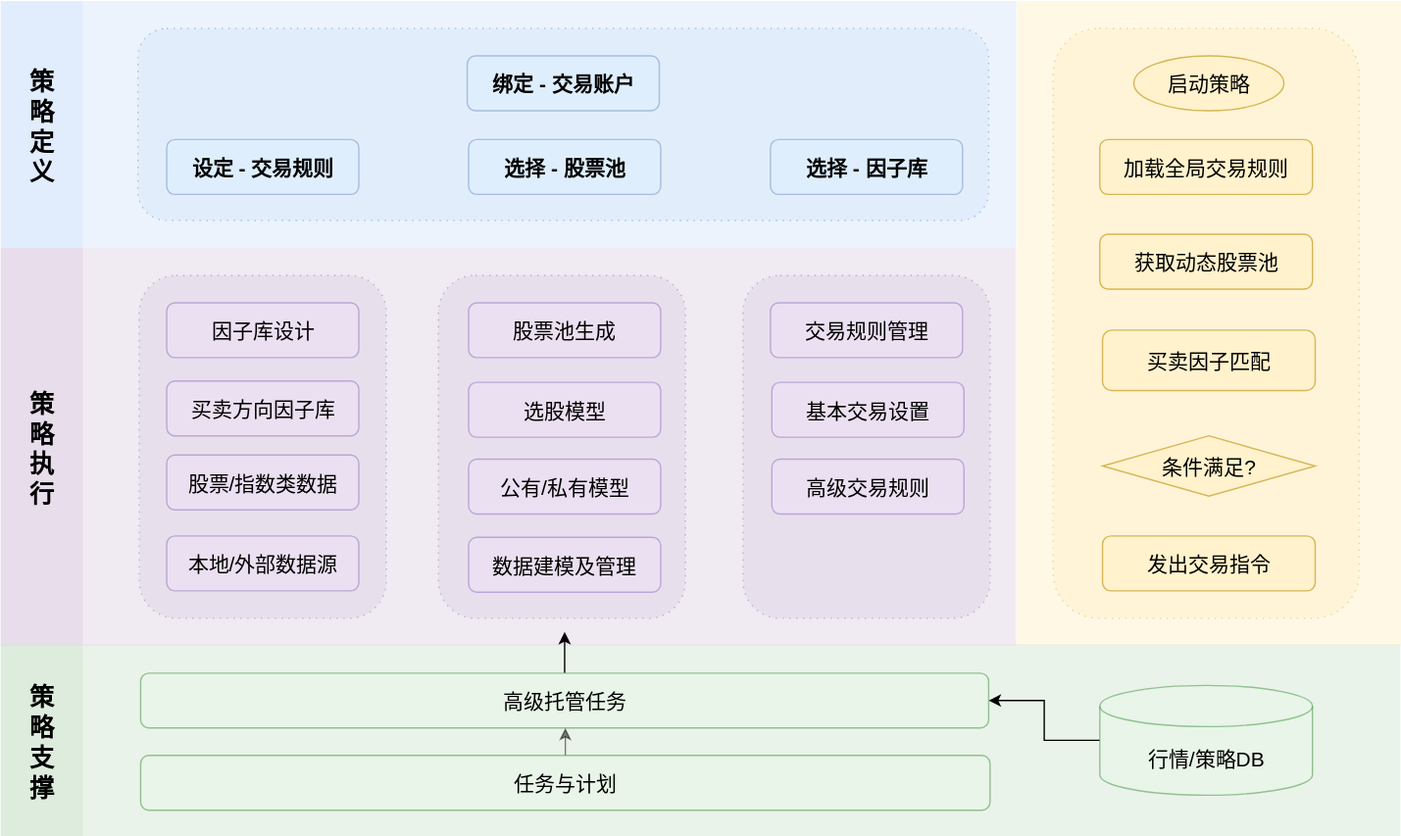
Earlier version of the draw.io export images/arch_diagram.svg (huabolu/tradestack). Source tidied: cells renumbered, new cells last; positions are measured from the earlier drawing's top-left corner, leaving out a move shared by most shapes.
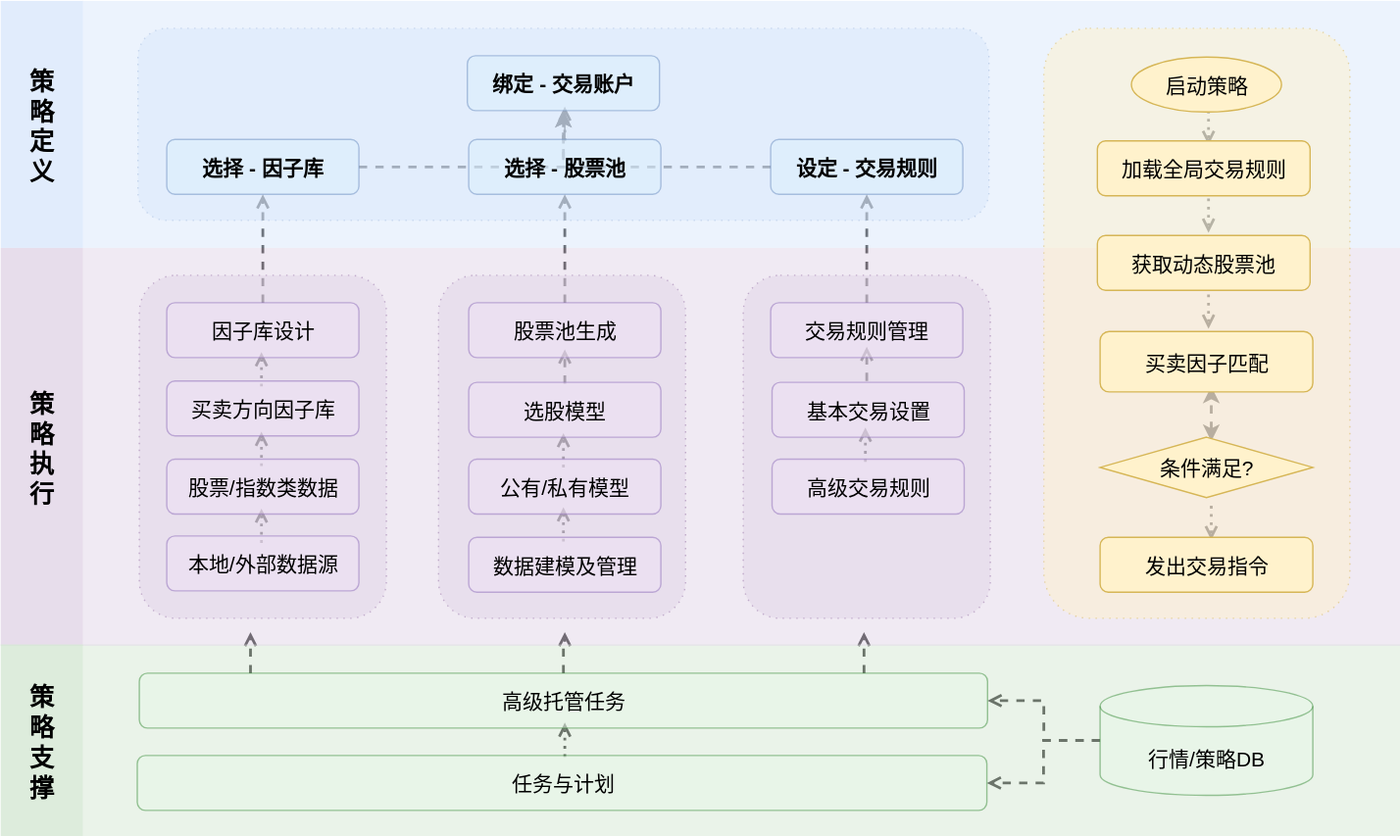
Above is the later version.

Change to the diagram source:
```diff
@@ -2,21 +2,155 @@
   <root>
     <mxCell id="0" />
     <mxCell id="1" parent="0" />
-    <mxCell id="2" style="rounded=0;whiteSpace=wrap;html=1;fillColor=#fff2cc;strokeColor=none;opacity=50;" parent="1" vertex="1">
-      <mxGeometry x="740.5" width="280" height="470" as="geometry" />
-    </mxCell>
+    <mxCell id="41" style="endArrow=open;html=1;rounded=1;strokeWidth=2;curved=0;dashed=1;dashPattern=1 2;flowAnimation=0;endFill=0;" parent="1" edge="1">
+      <mxGeometry relative="1" as="geometry">
+        <mxPoint x="880" y="80" as="sourcePoint" />
+        <mxPoint x="880" y="105" as="targetPoint" />
+      </mxGeometry>
+    </mxCell>
+    <mxCell id="42" style="endArrow=open;html=1;rounded=1;strokeWidth=2;curved=0;dashed=1;dashPattern=1 2;flowAnimation=0;endFill=0;" parent="1" edge="1">
+      <mxGeometry relative="1" as="geometry">
+        <mxPoint x="880" y="144" as="sourcePoint" />
+        <mxPoint x="880" y="169" as="targetPoint" />
+      </mxGeometry>
+    </mxCell>
+    <mxCell id="43" style="endArrow=open;html=1;rounded=1;strokeWidth=2;curved=0;dashed=1;dashPattern=1 2;flowAnimation=0;endFill=0;" parent="1" edge="1">
+      <mxGeometry relative="1" as="geometry">
+        <mxPoint x="880" y="214" as="sourcePoint" />
+        <mxPoint x="880" y="239" as="targetPoint" />
+      </mxGeometry>
+    </mxCell>
+    <mxCell id="44" style="endArrow=open;html=1;rounded=1;strokeWidth=2;curved=0;dashed=1;dashPattern=1 2;flowAnimation=0;endFill=0;" parent="1" edge="1">
+      <mxGeometry relative="1" as="geometry">
+        <mxPoint x="882" y="368" as="sourcePoint" />
+        <mxPoint x="882" y="393" as="targetPoint" />
+      </mxGeometry>
+    </mxCell>
+    <mxCell id="45" style="endArrow=classic;startArrow=classic;html=1;rounded=0;dashed=1;strokeWidth=2;" parent="1" edge="1">
+      <mxGeometry relative="1" as="geometry">
+        <mxPoint x="882" y="321" as="sourcePoint" />
+        <mxPoint x="882" y="281" as="targetPoint" />
+      </mxGeometry>
+    </mxCell>
+    <mxCell id="46" style="endArrow=open;html=1;rounded=1;strokeWidth=2;curved=0;dashed=1;dashPattern=1 2;flowAnimation=0;endFill=0;" parent="1" edge="1">
+      <mxGeometry relative="1" as="geometry">
+        <mxPoint x="411" y="102" as="sourcePoint" />
+        <mxPoint x="411" y="77" as="targetPoint" />
+      </mxGeometry>
+    </mxCell>
+    <mxCell id="47" style="edgeStyle=orthogonalEdgeStyle;rounded=0;jettySize=auto;html=1;" parent="1" edge="1" source="17" target="35">
+      <mxGeometry relative="1" as="geometry" />
+    </mxCell>
+    <mxCell id="48" style="edgeStyle=orthogonalEdgeStyle;rounded=0;jettySize=auto;html=1;dashed=1;endArrow=open;endFill=0;strokeWidth=2;" parent="1" edge="1" source="19" target="16">
+      <mxGeometry relative="1" as="geometry" />
+    </mxCell>
+    <mxCell id="49" style="edgeStyle=orthogonalEdgeStyle;rounded=0;jettySize=auto;html=1;dashed=1;endArrow=open;endFill=0;strokeWidth=2;" parent="1" edge="1" source="21" target="17">
+      <mxGeometry relative="1" as="geometry" />
+    </mxCell>
+    <mxCell id="50" style="edgeStyle=orthogonalEdgeStyle;rounded=0;jettySize=auto;html=1;dashed=1;endArrow=open;endFill=0;strokeWidth=2;" parent="1" edge="1" source="20" target="18">
+      <mxGeometry relative="1" as="geometry" />
+    </mxCell>
+    <mxCell id="51" style="edgeStyle=orthogonalEdgeStyle;rounded=0;orthogonalLoop=1;jettySize=auto;html=1;entryX=0.5;entryY=1;entryDx=0;entryDy=0;strokeWidth=2;dashed=1;" parent="1" edge="1">
+      <mxGeometry relative="1" as="geometry">
+        <mxPoint x="261" y="121" as="sourcePoint" />
+        <mxPoint x="410" y="80" as="targetPoint" />
+      </mxGeometry>
+    </mxCell>
+    <mxCell id="52" style="edgeStyle=orthogonalEdgeStyle;rounded=0;jettySize=auto;html=1;entryX=0.5;entryY=1;entryDx=0;entryDy=0;strokeWidth=2;dashed=1;" parent="1" edge="1" source="16" target="35">
+      <mxGeometry relative="1" as="geometry" />
+    </mxCell>
+    <mxCell id="10" style="rounded=1;fillColor=#dae8fc;strokeColor=#6c8ebf;fontSize=16;fontStyle=1;align=center;verticalAlign=middle;opacity=50;dashed=1;dashPattern=1 4;" parent="1" vertex="1">
+      <mxGeometry x="100" y="20" width="620" height="140" as="geometry" />
+    </mxCell>
+    <mxCell id="5" style="rounded=0;fillColor=#dae8fc;strokeColor=none;fontSize=16;fontStyle=1;align=center;verticalAlign=middle;opacity=50;" parent="1" vertex="1">
+      <mxGeometry x="60" width="960" height="180" as="geometry" />
+    </mxCell>
+    <mxCell id="36" style="edgeStyle=orthogonalEdgeStyle;rounded=0;jettySize=auto;html=1;dashed=1;strokeWidth=2;endArrow=open;endFill=0;" parent="1" edge="1" source="37" target="39">
+      <mxGeometry relative="1" as="geometry" />
+    </mxCell>
+    <mxCell id="53" style="edgeStyle=orthogonalEdgeStyle;rounded=0;jettySize=auto;html=1;dashed=1;strokeWidth=2;endArrow=open;endFill=0;" parent="1" edge="1" source="37" target="15">
+      <mxGeometry relative="1" as="geometry" />
+    </mxCell>
+    <mxCell id="54" style="endArrow=open;html=1;rounded=1;strokeWidth=2;curved=0;dashed=1;dashPattern=1 2;flowAnimation=0;endFill=0;" parent="1" edge="1">
+      <mxGeometry relative="1" as="geometry">
+        <mxPoint x="411" y="551" as="sourcePoint" />
+        <mxPoint x="411" y="526" as="targetPoint" />
+      </mxGeometry>
+    </mxCell>
+    <mxCell id="38" style="edgeStyle=orthogonalEdgeStyle;rounded=0;jettySize=auto;html=1;dashed=1;endArrow=open;endFill=0;strokeWidth=2;" parent="1" edge="1" source="39">
+      <mxGeometry relative="1" as="geometry">
+        <mxPoint x="411" y="460" as="targetPoint" />
+      </mxGeometry>
+    </mxCell>
+    <mxCell id="55" style="edgeStyle=orthogonalEdgeStyle;rounded=0;orthogonalLoop=1;jettySize=auto;html=1;dashed=1;endArrow=open;endFill=0;strokeWidth=2;" parent="1" edge="1">
+      <mxGeometry relative="1" as="geometry">
+        <mxPoint x="629" y="490" as="sourcePoint" />
+        <mxPoint x="629" y="460" as="targetPoint" />
+      </mxGeometry>
+    </mxCell>
+    <mxCell id="56" style="edgeStyle=orthogonalEdgeStyle;rounded=0;orthogonalLoop=1;jettySize=auto;html=1;dashed=1;endArrow=open;endFill=0;strokeWidth=2;" parent="1" edge="1">
+      <mxGeometry relative="1" as="geometry">
+        <mxPoint x="182" y="490" as="sourcePoint" />
+        <mxPoint x="182" y="460" as="targetPoint" />
+      </mxGeometry>
+    </mxCell>
+    <mxCell id="4" style="rounded=0;fillColor=#d5e8d4;strokeColor=none;fontSize=16;fontStyle=1;align=center;verticalAlign=middle;opacity=50;" parent="1" vertex="1">
+      <mxGeometry x="60" y="469" width="960" height="140" as="geometry" />
+    </mxCell>
+    <mxCell id="57" style="endArrow=open;html=1;rounded=1;strokeWidth=2;curved=0;dashed=1;flowAnimation=0;endFill=0;" parent="1" edge="1">
+      <mxGeometry relative="1" as="geometry">
+        <mxPoint x="631" y="277" as="sourcePoint" />
+        <mxPoint x="631" y="252" as="targetPoint" />
+      </mxGeometry>
+    </mxCell>
+    <mxCell id="58" style="endArrow=open;html=1;rounded=1;strokeWidth=2;curved=0;dashed=1;dashPattern=1 2;flowAnimation=0;endFill=0;" parent="1" edge="1">
+      <mxGeometry relative="1" as="geometry">
+        <mxPoint x="630" y="336" as="sourcePoint" />
+        <mxPoint x="630" y="311" as="targetPoint" />
+      </mxGeometry>
+    </mxCell>
+    <mxCell id="59" style="endArrow=open;html=1;rounded=1;strokeWidth=2;curved=0;dashed=1;flowAnimation=0;endFill=0;" parent="1" edge="1">
+      <mxGeometry relative="1" as="geometry">
+        <mxPoint x="411" y="279" as="sourcePoint" />
+        <mxPoint x="411" y="254" as="targetPoint" />
+      </mxGeometry>
+    </mxCell>
+    <mxCell id="60" style="endArrow=open;html=1;rounded=1;strokeWidth=2;curved=0;dashed=1;dashPattern=1 2;flowAnimation=0;endFill=0;" parent="1" edge="1">
+      <mxGeometry relative="1" as="geometry">
+        <mxPoint x="410" y="340" as="sourcePoint" />
+        <mxPoint x="410" y="315" as="targetPoint" />
+      </mxGeometry>
+    </mxCell>
+    <mxCell id="61" style="endArrow=open;html=1;rounded=1;strokeWidth=2;curved=0;dashed=1;dashPattern=1 2;flowAnimation=0;endFill=0;" parent="1" edge="1">
+      <mxGeometry relative="1" as="geometry">
+        <mxPoint x="410" y="394" as="sourcePoint" />
+        <mxPoint x="410" y="369" as="targetPoint" />
+      </mxGeometry>
+    </mxCell>
+    <mxCell id="62" style="endArrow=open;html=1;rounded=1;strokeWidth=2;curved=0;dashed=1;dashPattern=1 2;flowAnimation=0;endFill=0;" parent="1" edge="1">
+      <mxGeometry relative="1" as="geometry">
+        <mxPoint x="190" y="281" as="sourcePoint" />
+        <mxPoint x="190" y="256" as="targetPoint" />
+      </mxGeometry>
+    </mxCell>
+    <mxCell id="63" style="endArrow=open;html=1;rounded=1;strokeWidth=2;curved=0;dashed=1;dashPattern=1 2;flowAnimation=0;endFill=0;" parent="1" edge="1">
+      <mxGeometry relative="1" as="geometry">
+        <mxPoint x="190" y="339" as="sourcePoint" />
+        <mxPoint x="190" y="314" as="targetPoint" />
+      </mxGeometry>
+    </mxCell>
+    <mxCell id="64" style="endArrow=open;html=1;rounded=1;strokeWidth=2;curved=0;dashed=1;dashPattern=1 2;flowAnimation=0;endFill=0;" parent="1" edge="1">
+      <mxGeometry relative="1" as="geometry">
+        <mxPoint x="190" y="395" as="sourcePoint" />
+        <mxPoint x="190" y="370" as="targetPoint" />
+      </mxGeometry>
+    </mxCell>
+    <mxCell id="6" style="rounded=0;fillColor=#e1d5e7;strokeColor=none;fontSize=16;fontStyle=1;align=center;verticalAlign=middle;opacity=50;" parent="1" vertex="1">
+      <mxGeometry x="60" y="180" width="960" height="290" as="geometry" />
+    </mxCell>
     <mxCell id="3" style="rounded=1;whiteSpace=wrap;html=1;fillColor=#fff2cc;strokeColor=#D6B656;dashed=1;dashPattern=1 4;opacity=50;" parent="1" vertex="1">
-      <mxGeometry x="767" y="20" width="223" height="430" as="geometry" />
+      <mxGeometry x="760" y="20" width="223" height="430" as="geometry" />
     </mxCell>
-    <mxCell id="4" style="rounded=0;fillColor=#d5e8d4;strokeColor=none;fontSize=16;fontStyle=1;align=center;verticalAlign=middle;opacity=50;" parent="1" vertex="1">
-      <mxGeometry x="60" y="469" width="960" height="140" as="geometry" />
-    </mxCell>
-    <mxCell id="5" style="rounded=0;fillColor=#dae8fc;strokeColor=none;fontSize=16;fontStyle=1;align=center;verticalAlign=middle;opacity=50;" parent="1" vertex="1">
-      <mxGeometry x="60" width="680" height="180" as="geometry" />
-    </mxCell>
-    <mxCell id="6" style="rounded=0;fillColor=#e1d5e7;strokeColor=none;fontSize=16;fontStyle=1;align=center;verticalAlign=middle;opacity=50;" parent="1" vertex="1">
-      <mxGeometry x="60" y="180" width="680" height="290" as="geometry" />
-    </mxCell>
     <mxCell id="7" style="rounded=1;fillColor=#e1d5e7;strokeColor=#9673a6;fontSize=16;fontStyle=1;align=center;verticalAlign=middle;opacity=50;dashed=1;dashPattern=1 4;" parent="1" vertex="1">
       <mxGeometry x="541" y="200" width="180" height="250" as="geometry" />
     </mxCell>
@@ -26,9 +160,6 @@
     <mxCell id="9" style="rounded=1;fillColor=#e1d5e7;strokeColor=#9673a6;fontSize=16;fontStyle=1;align=center;verticalAlign=middle;opacity=50;dashed=1;dashPattern=1 4;" parent="1" vertex="1">
       <mxGeometry x="101" y="200" width="180" height="250" as="geometry" />
     </mxCell>
-    <mxCell id="10" style="rounded=1;fillColor=#dae8fc;strokeColor=#6c8ebf;fontSize=16;fontStyle=1;align=center;verticalAlign=middle;opacity=50;dashed=1;dashPattern=1 4;" parent="1" vertex="1">
-      <mxGeometry x="100" y="20" width="620" height="140" as="geometry" />
-    </mxCell>
     <mxCell id="11" value="策&#10;略&#10;执&#10;行" style="rounded=0;fillColor=#e1d5e7;strokeColor=none;fontSize=18;fontStyle=1;align=center;verticalAlign=middle;opacity=80;" parent="1" vertex="1">
       <mxGeometry y="180" width="60" height="290" as="geometry" />
     </mxCell>
@@ -38,19 +169,16 @@
     <mxCell id="13" value="策&#10;略&#10;定&#10;义" style="rounded=0;fillColor=#dae8fc;strokeColor=none;fontSize=18;fontStyle=1;align=center;verticalAlign=middle;opacity=80;" parent="1" vertex="1">
       <mxGeometry width="60" height="180" as="geometry" />
     </mxCell>
-    <mxCell id="14" style="edgeStyle=orthogonalEdgeStyle;rounded=0;jettySize=auto;html=1;opacity=50;" parent="1" edge="1" source="15" target="39">
-      <mxGeometry relative="1" as="geometry" />
-    </mxCell>
     <mxCell id="15" value="&lt;font style=&quot;font-size: 15px;&quot;&gt;任务与计划&lt;/font&gt;" style="rounded=1;whiteSpace=wrap;html=1;fillColor=#e8f8e8;strokeColor=#3c8d3c;fontSize=11;opacity=50;" parent="1" vertex="1">
-      <mxGeometry x="102" y="550" width="619" height="40" as="geometry" />
+      <mxGeometry x="99.5" y="550" width="619" height="40" as="geometry" />
     </mxCell>
-    <mxCell id="16" value="&lt;font style=&quot;font-size: 15px;&quot;&gt;选择 - 因子库&lt;/font&gt;" style="rounded=1;whiteSpace=wrap;html=1;fillColor=#dbeffd;strokeColor=#6c8ebf;fontSize=12;fontStyle=1;opacity=50;" parent="1" vertex="1">
+    <mxCell id="16" value="&lt;span style=&quot;font-size: 15px;&quot;&gt;设定 - 交易规则&lt;/span&gt;" style="rounded=1;whiteSpace=wrap;html=1;fillColor=#dbeffd;strokeColor=#6c8ebf;fontSize=12;fontStyle=1;opacity=50;" parent="1" vertex="1">
       <mxGeometry x="561" y="101" width="140" height="40" as="geometry" />
     </mxCell>
     <mxCell id="17" value="&lt;font style=&quot;font-size: 15px;&quot;&gt;选择 - 股票池&lt;/font&gt;" style="rounded=1;whiteSpace=wrap;html=1;fillColor=#dbeffd;strokeColor=#6c8ebf;fontSize=12;fontStyle=1;opacity=50;" parent="1" vertex="1">
       <mxGeometry x="341" y="101" width="140" height="40" as="geometry" />
     </mxCell>
-    <mxCell id="18" value="&lt;font style=&quot;font-size: 15px;&quot;&gt;设定 - 交易规则&lt;/font&gt;" style="rounded=1;whiteSpace=wrap;html=1;fillColor=#dbeffd;strokeColor=#6c8ebf;fontSize=12;fontStyle=1;opacity=50;" parent="1" vertex="1">
+    <mxCell id="18" value="&lt;span style=&quot;font-size: 15px;&quot;&gt;选择 - 因子库&lt;/span&gt;" style="rounded=1;whiteSpace=wrap;html=1;fillColor=#dbeffd;strokeColor=#6c8ebf;fontSize=12;fontStyle=1;opacity=50;" parent="1" vertex="1">
       <mxGeometry x="121" y="101" width="140" height="40" as="geometry" />
     </mxCell>
     <mxCell id="19" value="交易规则管理" style="rounded=1;whiteSpace=wrap;html=1;fillColor=#efe1f6;strokeColor=#8e6fb9;fontSize=15;glass=0;opacity=50;" parent="1" vertex="1">
@@ -75,7 +203,7 @@
       <mxGeometry x="121" y="277" width="140" height="40" as="geometry" />
     </mxCell>
     <mxCell id="26" value="股票/指数类数据" style="rounded=1;whiteSpace=wrap;html=1;fillColor=#efe1f6;strokeColor=#8e6fb9;fontSize=15;glass=0;opacity=50;" parent="1" vertex="1">
-      <mxGeometry x="121" y="331" width="140" height="40" as="geometry" />
+      <mxGeometry x="121" y="334" width="140" height="40" as="geometry" />
     </mxCell>
     <mxCell id="27" value="本地/外部数据源" style="rounded=1;whiteSpace=wrap;html=1;fillColor=#efe1f6;strokeColor=#8e6fb9;fontSize=15;glass=0;opacity=50;" parent="1" vertex="1">
       <mxGeometry x="121" y="390" width="140" height="40" as="geometry" />
@@ -87,39 +215,31 @@
       <mxGeometry x="562" y="334" width="140" height="40" as="geometry" />
     </mxCell>
     <mxCell id="30" value="启动策略" style="ellipse;whiteSpace=wrap;html=1;fillColor=light-dark(#FFF2CC,#281D00);strokeColor=#D6B656;fontSize=15;" parent="1" vertex="1">
-      <mxGeometry x="825.8" y="40" width="109.4" height="40" as="geometry" />
+      <mxGeometry x="823.8" y="41" width="109.4" height="40" as="geometry" />
     </mxCell>
     <mxCell id="31" value="加载全局交易规则" style="rounded=1;whiteSpace=wrap;html=1;fillColor=light-dark(#FFF2CC,#281D00);strokeColor=#D6B656;fontSize=15;" parent="1" vertex="1">
-      <mxGeometry x="801" y="101" width="155" height="40" as="geometry" />
+      <mxGeometry x="799" y="102" width="155" height="40" as="geometry" />
     </mxCell>
     <mxCell id="32" value="获取动态股票池" style="rounded=1;whiteSpace=wrap;html=1;fillColor=light-dark(#FFF2CC,#281D00);strokeColor=#D6B656;fontSize=15;" parent="1" vertex="1">
-      <mxGeometry x="801" y="170" width="155" height="40" as="geometry" />
+      <mxGeometry x="799" y="171" width="155" height="40" as="geometry" />
     </mxCell>
     <mxCell id="33" value="买卖因子匹配" style="rounded=1;whiteSpace=wrap;html=1;fillColor=light-dark(#FFF2CC,#281D00);strokeColor=#D6B656;fontSize=15;" parent="1" vertex="1">
-      <mxGeometry x="803" y="240" width="155" height="44" as="geometry" />
+      <mxGeometry x="801" y="241" width="155" height="44" as="geometry" />
     </mxCell>
     <mxCell id="34" value="条件满足?" style="rhombus;whiteSpace=wrap;html=1;fillColor=light-dark(#FFF2CC,#281D00);strokeColor=#D6B656;fontSize=15;" parent="1" vertex="1">
-      <mxGeometry x="803" y="317" width="155" height="44" as="geometry" />
+      <mxGeometry x="801" y="318" width="155" height="44" as="geometry" />
     </mxCell>
     <mxCell id="35" value="&lt;span style=&quot;font-size: 15px;&quot;&gt;绑定 -&amp;nbsp;&lt;/span&gt;&lt;span style=&quot;color: light-dark(rgb(0, 0, 0), rgb(255, 255, 255)); background-color: transparent; font-size: 15px;&quot;&gt;交易账户&lt;/span&gt;" style="rounded=1;whiteSpace=wrap;html=1;fillColor=#dbeffd;strokeColor=#6c8ebf;fontSize=12;fontStyle=1;opacity=50;" parent="1" vertex="1">
       <mxGeometry x="340" y="40" width="140" height="40" as="geometry" />
     </mxCell>
-    <mxCell id="36" style="edgeStyle=orthogonalEdgeStyle;rounded=0;jettySize=auto;html=1;" parent="1" edge="1" source="37" target="39">
-      <mxGeometry relative="1" as="geometry" />
-    </mxCell>
     <mxCell id="37" value="&lt;font style=&quot;font-size: 15px;&quot;&gt;行情/策略DB&lt;/font&gt;" style="shape=cylinder3;whiteSpace=wrap;html=1;boundedLbl=1;backgroundOutline=1;size=15;fillColor=light-dark(#E8F8E8,#122012);strokeColor=light-dark(#3C8D3C,#569C56);opacity=50;" parent="1" vertex="1">
       <mxGeometry x="801" y="499" width="155" height="80" as="geometry" />
     </mxCell>
-    <mxCell id="38" style="edgeStyle=orthogonalEdgeStyle;rounded=0;jettySize=auto;html=1;" parent="1" edge="1" source="39">
-      <mxGeometry relative="1" as="geometry">
-        <mxPoint x="411" y="460" as="targetPoint" />
-      </mxGeometry>
-    </mxCell>
     <mxCell id="39" value="&lt;span style=&quot;font-size: 15px;&quot;&gt;高级托管任务&lt;/span&gt;" style="rounded=1;whiteSpace=wrap;html=1;fillColor=#e8f8e8;strokeColor=#3c8d3c;fontSize=11;opacity=50;" parent="1" vertex="1">
-      <mxGeometry x="102" y="490" width="618" height="40" as="geometry" />
+      <mxGeometry x="101" y="490" width="618" height="40" as="geometry" />
     </mxCell>
     <mxCell id="40" value="&lt;span style=&quot;font-size: 15px;&quot;&gt;发出交易指令&lt;/span&gt;" style="rounded=1;whiteSpace=wrap;html=1;fillColor=light-dark(#FFF2CC,#281D00);strokeColor=#D6B656;" parent="1" vertex="1">
-      <mxGeometry x="803" y="390" width="155" height="40" as="geometry" />
+      <mxGeometry x="801" y="391" width="155" height="40" as="geometry" />
     </mxCell>
   </root>
 </mxGraphModel>
```
